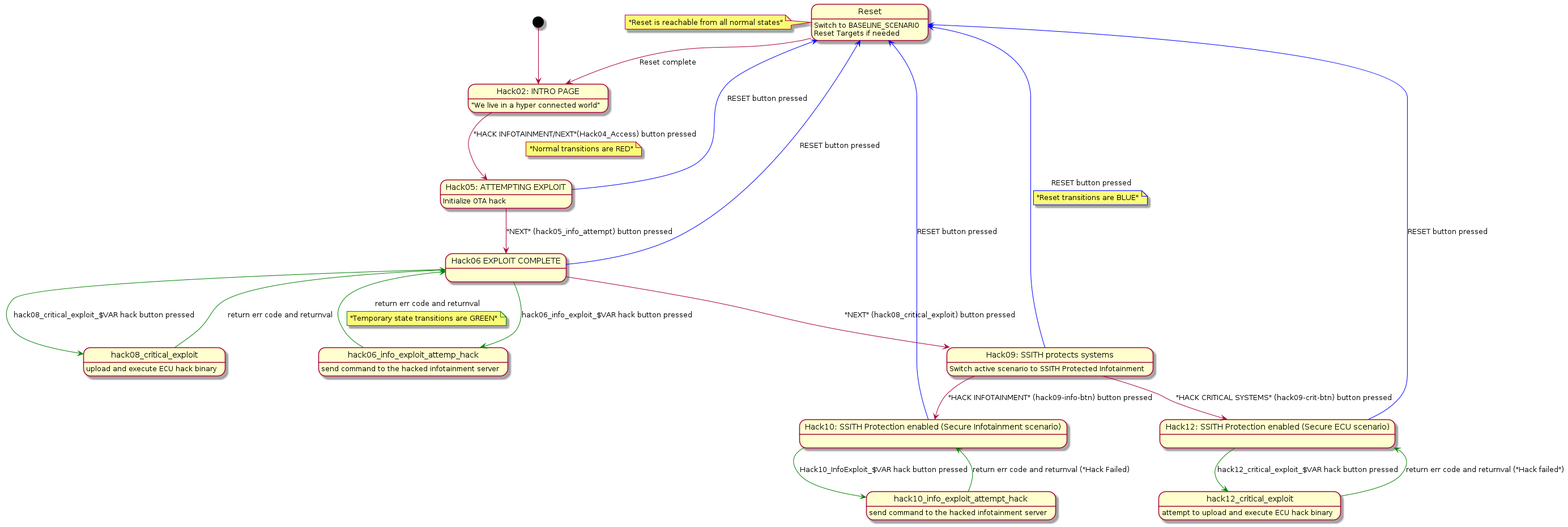
Above: besspin/cyberPhys/specs/state_machine_hacker_kiosk.png in GaloisInc/BESSPIN-Tool-Suite (PlantUML), before the change.
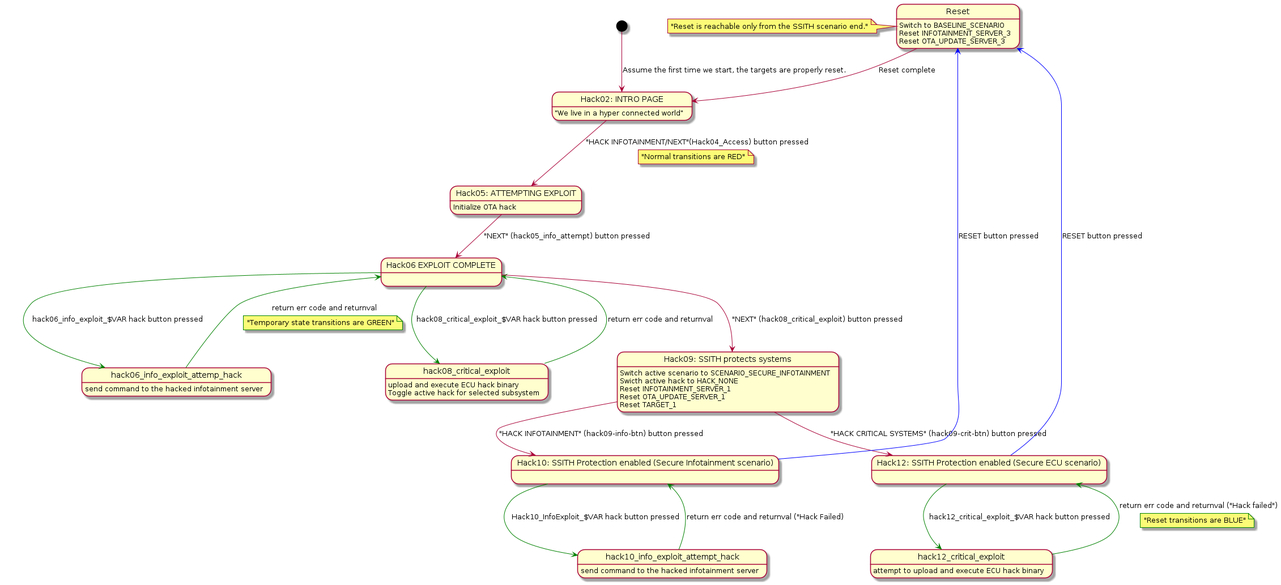
After the commit.

Commit message:
Update kiosk state transition diagram

Change to the diagram source:
```diff
@@ -3,11 +3,13 @@
 state "Hack02: INTRO PAGE" as hack02_kiosk_intro
 hack02_kiosk_intro: "We live in a hyper connected world"
 
-[*] --> hack02_kiosk_intro
+[*] --> hack02_kiosk_intro: Assume the first time we start, the targets are properly reset.
 
-note left of Reset: "Reset is reachable from all normal states"
+
+note left of Reset: "Reset is reachable only from the SSITH scenario end."
 Reset: Switch to BASELINE_SCENARIO
-Reset: Reset Targets if needed
+Reset: Reset INFOTAINMENT_SERVER_3
+Reset: Reset OTA_UPDATE_SERVER_3
 
 Reset --> hack02_kiosk_intro: Reset complete
 
@@ -27,12 +29,17 @@
 
 hack06_info_exploit -[#green]-> hack08_critical_exploit: hack08_critical_exploit_$VAR hack button pressed
 hack08_critical_exploit: upload and execute ECU hack binary
+hack08_critical_exploit: Toggle active hack for selected subsystem
 hack08_critical_exploit -[#green]-> hack06_info_exploit: return err code and returnval
 
 state "Hack09: SSITH protects systems" as hack09_protect
 hack06_info_exploit --> hack09_protect: "NEXT" (hack08_critical_exploit) button pressed
 
-hack09_protect: Switch active scenario to SSITH Protected Infotainment
+hack09_protect: Switch active scenario to SCENARIO_SECURE_INFOTAINMENT
+hack09_protect: Swicth active hack to HACK_NONE
+hack09_protect: Reset INFOTAINMENT_SERVER_1
+hack09_protect: Reset OTA_UPDATE_SERVER_1
+hack09_protect: Reset TARGET_1
 
 hack09_protect --> hack10_protect_info_attempt: "HACK INFOTAINMENT" (hack09-info-btn) button pressed
 hack09_protect --> hack12_protect_critical: "HACK CRITICAL SYSTEMS" (hack09-crit-btn) button pressed
@@ -50,9 +57,6 @@
 hack12_critical_exploit: attempt to upload and execute ECU hack binary
 hack12_critical_exploit -[#green]-> hack12_protect_critical: return err code and returnval ("Hack failed")
 
-hack05_info_attempt -[#blue]-> Reset: RESET button pressed
-hack06_info_exploit -[#blue]-> Reset: RESET button pressed
-hack09_protect -[#blue]-> Reset: RESET button pressed
 note on link: "Reset transitions are BLUE"
 hack10_protect_info_attempt -[#blue]-> Reset: RESET button pressed
 hack12_protect_critical -[#blue]-> Reset: RESET button pressed
```
